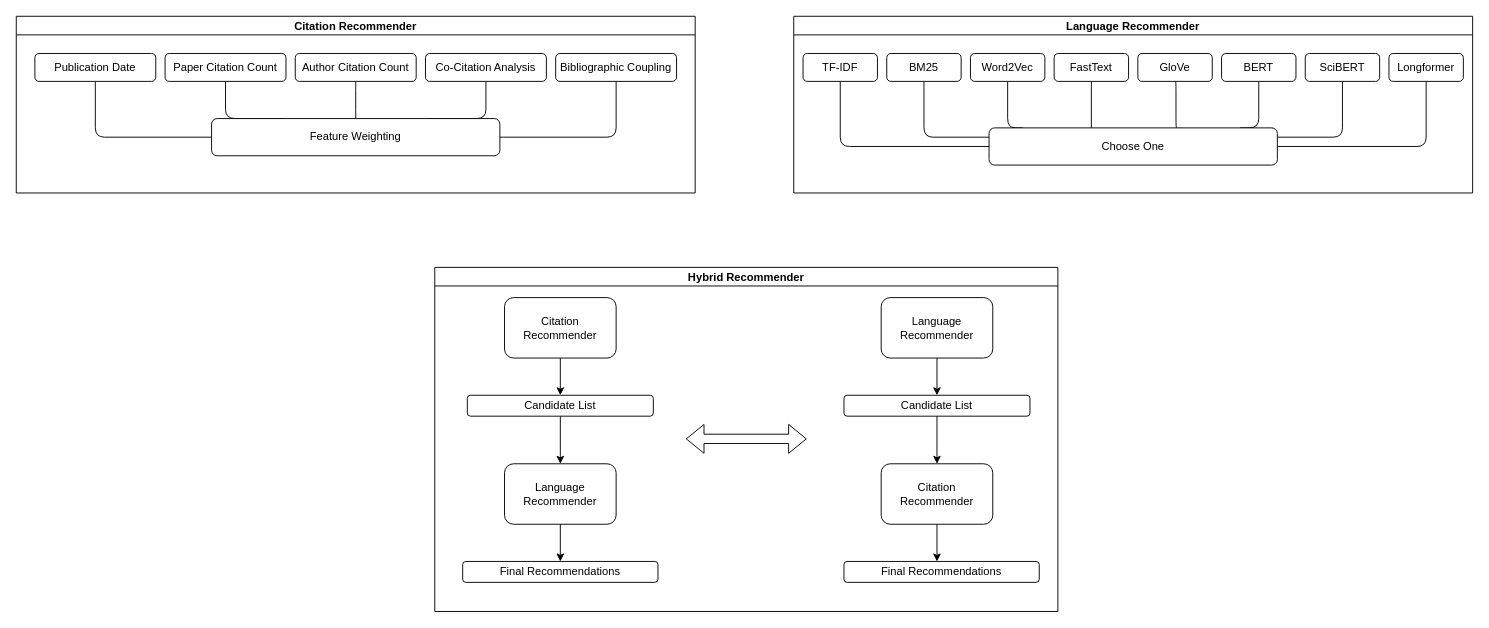
joel-beck/readnext keeps this draw.io diagram as static/hybrid-architecture.drawio. Above is the earlier version. Source tidied: cells renumbered, new cells numbered last; positions are measured from the earlier drawing's top-left corner, leaving out a move shared by most shapes. Both pictures are drawn from the tidied source at 93%, with x=0, y=0 at pixel (16, 16).
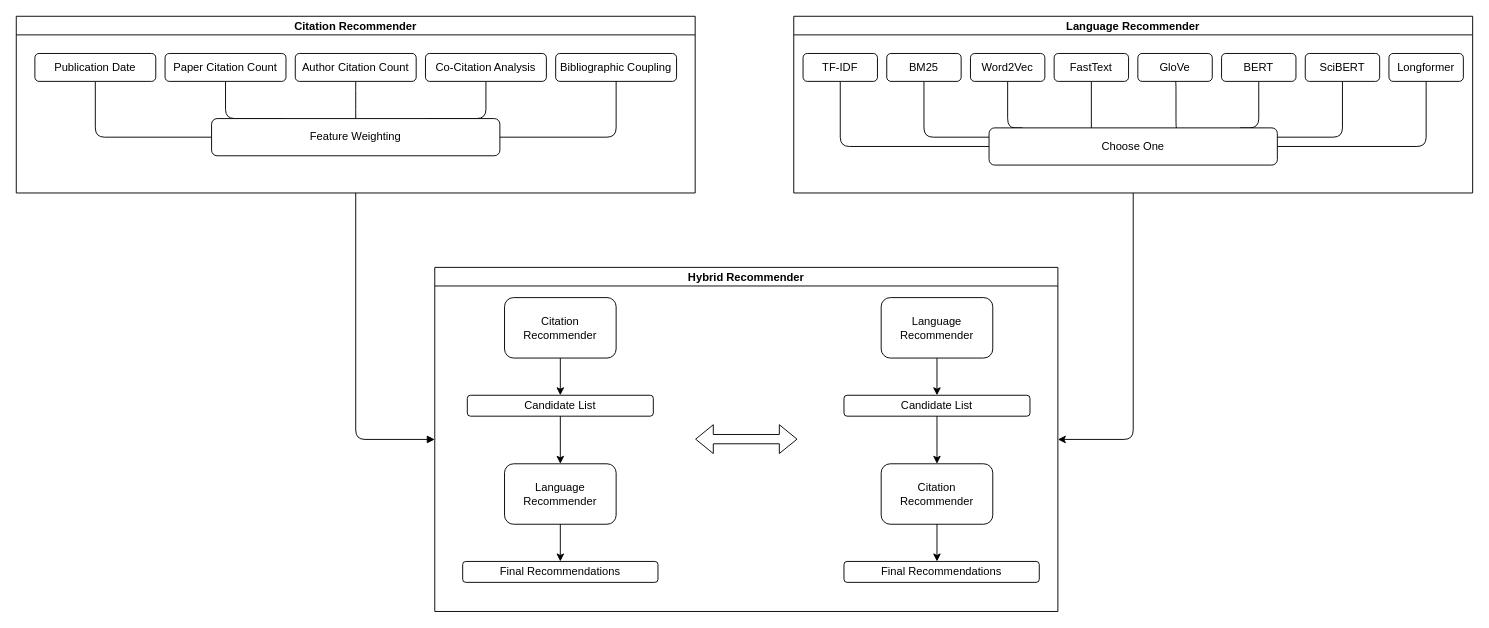
After the change.

The change refers to these unchanged cells:
```xml
<mxCell id="2" value="Language Recommender" style="swimlane;startSize=20;horizontal=1;containerType=tree;newEdgeStyle={&quot;edgeStyle&quot;:&quot;elbowEdgeStyle&quot;,&quot;startArrow&quot;:&quot;none&quot;,&quot;endArrow&quot;:&quot;none&quot;};" parent="1" vertex="1">
  <mxGeometry x="836" width="730" height="190" as="geometry" />
</mxCell>
<mxCell id="20" value="Citation Recommender" style="swimlane;startSize=20;horizontal=1;containerType=tree;newEdgeStyle={&quot;edgeStyle&quot;:&quot;elbowEdgeStyle&quot;,&quot;startArrow&quot;:&quot;none&quot;,&quot;endArrow&quot;:&quot;none&quot;};" parent="1" vertex="1">
  <mxGeometry width="730" height="190" as="geometry" />
</mxCell>
<mxCell id="32" value="Hybrid Recommender" style="swimlane;startSize=20;horizontal=1;containerType=tree;newEdgeStyle={&quot;edgeStyle&quot;:&quot;elbowEdgeStyle&quot;,&quot;startArrow&quot;:&quot;none&quot;,&quot;endArrow&quot;:&quot;none&quot;};" parent="1" vertex="1">
  <mxGeometry x="450" y="270" width="670" height="370" as="geometry" />
</mxCell>
```

Change to the diagram source:
```diff
@@
+    <mxCell id="48" style="edgeStyle=elbowEdgeStyle;html=1;startArrow=none;endArrow=classic;exitX=0.5;exitY=1;exitDx=0;exitDy=0;entryX=1;entryY=0.5;entryDx=0;entryDy=0;endFill=1;" parent="1" edge="1" source="2" target="32">
+      <mxGeometry relative="1" as="geometry">
+        <Array as="points">
+          <mxPoint x="1201" y="455" />
+        </Array>
+      </mxGeometry>
+    </mxCell>
@@
     <mxCell id="47" style="shape=flexArrow;endArrow=classic;startArrow=classic;html=1;" parent="32" edge="1">
       <mxGeometry relative="1" as="geometry">
-        <mxPoint x="270" y="184.4" as="sourcePoint" />
-        <mxPoint x="400" y="184.4" as="targetPoint" />
+        <mxPoint x="280" y="184.7" as="sourcePoint" />
+        <mxPoint x="390" y="184.7" as="targetPoint" />
       </mxGeometry>
     </mxCell>
+    <mxCell id="49" style="edgeStyle=elbowEdgeStyle;html=1;startArrow=none;endArrow=block;exitX=0.5;exitY=1;exitDx=0;exitDy=0;entryX=0;entryY=0.5;entryDx=0;entryDy=0;startFill=0;" parent="1" edge="1" source="20" target="32">
+      <mxGeometry relative="1" as="geometry">
+        <Array as="points">
+          <mxPoint x="365" y="440" />
+        </Array>
+      </mxGeometry>
+    </mxCell>
```
